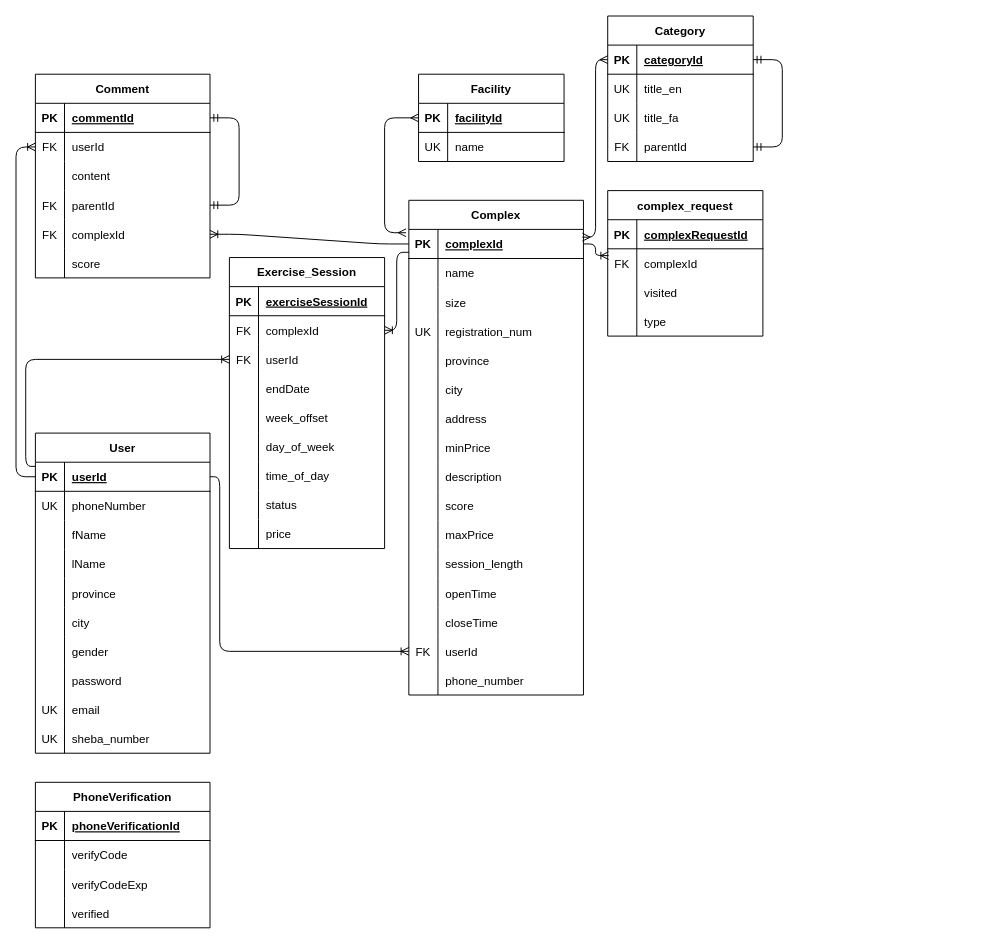
This is sport.drawio from mohammadKhazaee/Sport-services, a draw.io file, before an edit. Source tidied: cells renumbered, new cells numbered last; positions are measured from the earlier drawing's top-left corner, leaving out a move shared by most shapes. Both pictures are drawn from the tidied source at 97%, with x=0, y=0 at pixel (16, 16).
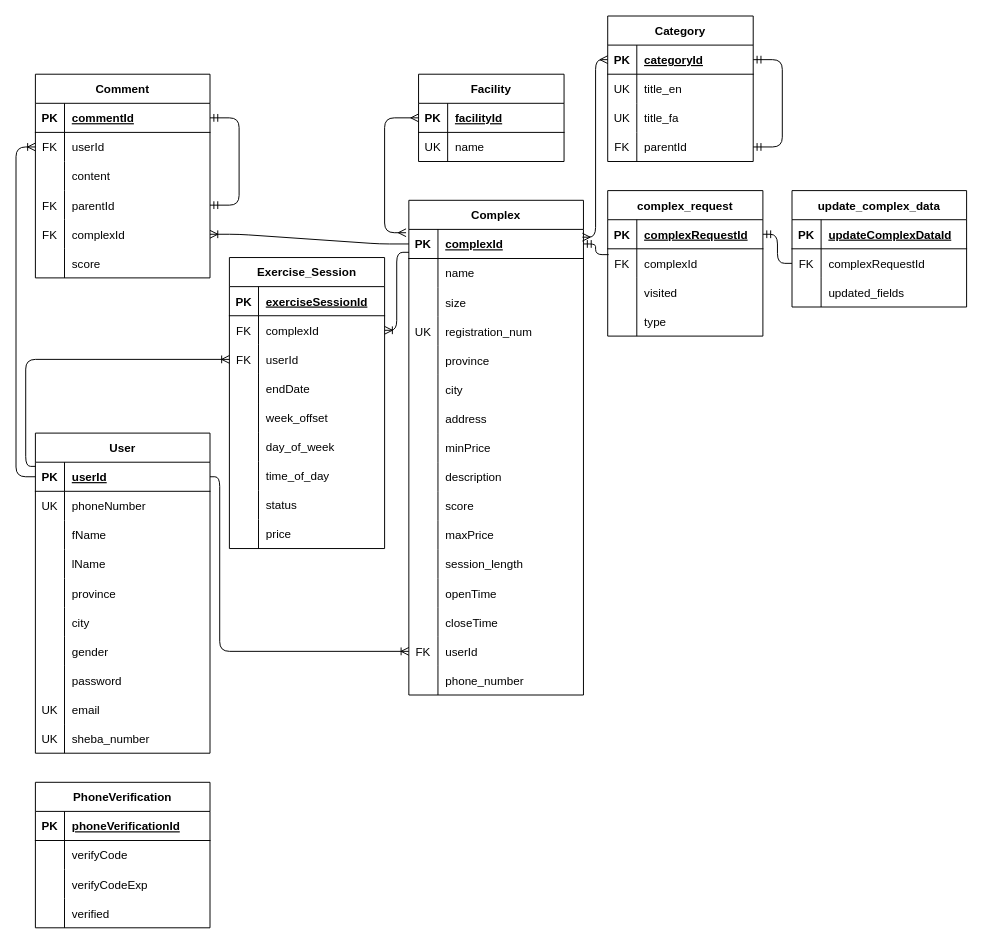
The same diagram, later.

Unchanged cells that the change refers to:
```xml
<mxCell id="47" style="shape=tableRow;horizontal=0;startSize=0;swimlaneHead=0;swimlaneBody=0;fillColor=none;points=[[0,0.5],[1,0.5]];portConstraint=eastwest;top=0;left=0;right=0;bottom=1;" parent="46" vertex="1">
  <mxGeometry y="30" width="180" height="30" as="geometry" />
</mxCell>
<mxCell id="172" style="shape=tableRow;horizontal=0;startSize=0;swimlaneHead=0;swimlaneBody=0;fillColor=none;points=[[0,0.5],[1,0.5]];portConstraint=eastwest;top=0;left=0;right=0;bottom=1;" parent="171" vertex="1">
  <mxGeometry y="30" width="160" height="30" as="geometry" />
</mxCell>
<mxCell id="175" style="shape=tableRow;horizontal=0;startSize=0;swimlaneHead=0;swimlaneBody=0;fillColor=none;points=[[0,0.5],[1,0.5]];portConstraint=eastwest;top=0;left=0;right=0;bottom=0;" parent="171" vertex="1">
  <mxGeometry y="60" width="160" height="30" as="geometry" />
</mxCell>
```

Change to the diagram source:
```diff
@@
-    <mxCell id="184" style="fontSize=12;html=1;endArrow=ERoneToMany;exitX=1;exitY=0.5;exitDx=0;exitDy=0;entryX=0.006;entryY=0.233;entryDx=0;entryDy=0;entryPerimeter=0;edgeStyle=orthogonalEdgeStyle;" parent="1" edge="1" source="47" target="175">
-      <mxGeometry relative="1" as="geometry" />
-    </mxCell>
+    <mxCell id="185" value="update_complex_data" style="shape=table;startSize=30;childLayout=tableLayout;rowLines=0;fontStyle=1;align=center;" parent="1" vertex="1">
+      <mxGeometry x="800" y="180" width="180" height="120" as="geometry" />
+    </mxCell>
+    <mxCell id="186" style="shape=tableRow;horizontal=0;startSize=0;swimlaneHead=0;swimlaneBody=0;fillColor=none;top=0;left=0;right=0;bottom=1;" parent="185" vertex="1">
+      <mxGeometry y="30" width="180" height="30" as="geometry" />
+    </mxCell>
+    <mxCell id="187" value="PK" style="shape=partialRectangle;fillColor=none;top=0;left=0;bottom=0;right=0;fontStyle=1;overflow=hidden;" parent="186" vertex="1">
+      <mxGeometry width="30" height="30" as="geometry" />
+    </mxCell>
+    <mxCell id="188" value="updateComplexDataId" style="shape=partialRectangle;fillColor=none;top=0;left=0;bottom=0;right=0;align=left;spacingLeft=6;fontStyle=5;overflow=hidden;" parent="186" vertex="1">
+      <mxGeometry x="30" width="150" height="30" as="geometry" />
+    </mxCell>
+    <mxCell id="189" style="shape=tableRow;horizontal=0;startSize=0;swimlaneHead=0;swimlaneBody=0;fillColor=none;points=[[0,0.5],[1,0.5]];portConstraint=eastwest;top=0;left=0;right=0;bottom=0;" parent="185" vertex="1">
+      <mxGeometry y="60" width="180" height="30" as="geometry" />
+    </mxCell>
+    <mxCell id="190" value="FK" style="shape=partialRectangle;fillColor=none;top=0;left=0;bottom=0;right=0;overflow=hidden;" parent="189" vertex="1">
+      <mxGeometry width="30" height="30" as="geometry" />
+    </mxCell>
+    <mxCell id="191" value="complexRequestId" style="shape=partialRectangle;fillColor=none;top=0;left=0;bottom=0;right=0;align=left;spacingLeft=6;overflow=hidden;" parent="189" vertex="1">
+      <mxGeometry x="30" width="150" height="30" as="geometry" />
+    </mxCell>
+    <mxCell id="192" style="shape=tableRow;horizontal=0;startSize=0;swimlaneHead=0;swimlaneBody=0;fillColor=none;top=0;left=0;right=0;bottom=0;" parent="185" vertex="1">
+      <mxGeometry y="90" width="180" height="30" as="geometry" />
+    </mxCell>
+    <mxCell id="193" style="shape=partialRectangle;fillColor=none;top=0;left=0;bottom=0;right=0;overflow=hidden;" parent="192" vertex="1">
+      <mxGeometry width="30" height="30" as="geometry" />
+    </mxCell>
+    <mxCell id="194" value="updated_fields" style="shape=partialRectangle;fillColor=none;top=0;left=0;bottom=0;right=0;align=left;spacingLeft=6;overflow=hidden;" parent="192" vertex="1">
+      <mxGeometry x="30" width="150" height="30" as="geometry" />
+    </mxCell>
+    <mxCell id="195" style="edgeStyle=orthogonalEdgeStyle;fontSize=12;html=1;endArrow=ERmandOne;entryX=1;entryY=0.5;entryDx=0;entryDy=0;exitX=0;exitY=0.5;exitDx=0;exitDy=0;" parent="1" edge="1" source="189" target="172">
+      <mxGeometry relative="1" as="geometry" />
+    </mxCell>
+    <mxCell id="196" style="edgeStyle=orthogonalEdgeStyle;fontSize=12;html=1;endArrow=ERmandOne;entryX=1;entryY=0.5;entryDx=0;entryDy=0;exitX=0.006;exitY=0.2;exitDx=0;exitDy=0;exitPerimeter=0;" parent="1" edge="1" source="175" target="47">
+      <mxGeometry relative="1" as="geometry" />
+    </mxCell>
```
